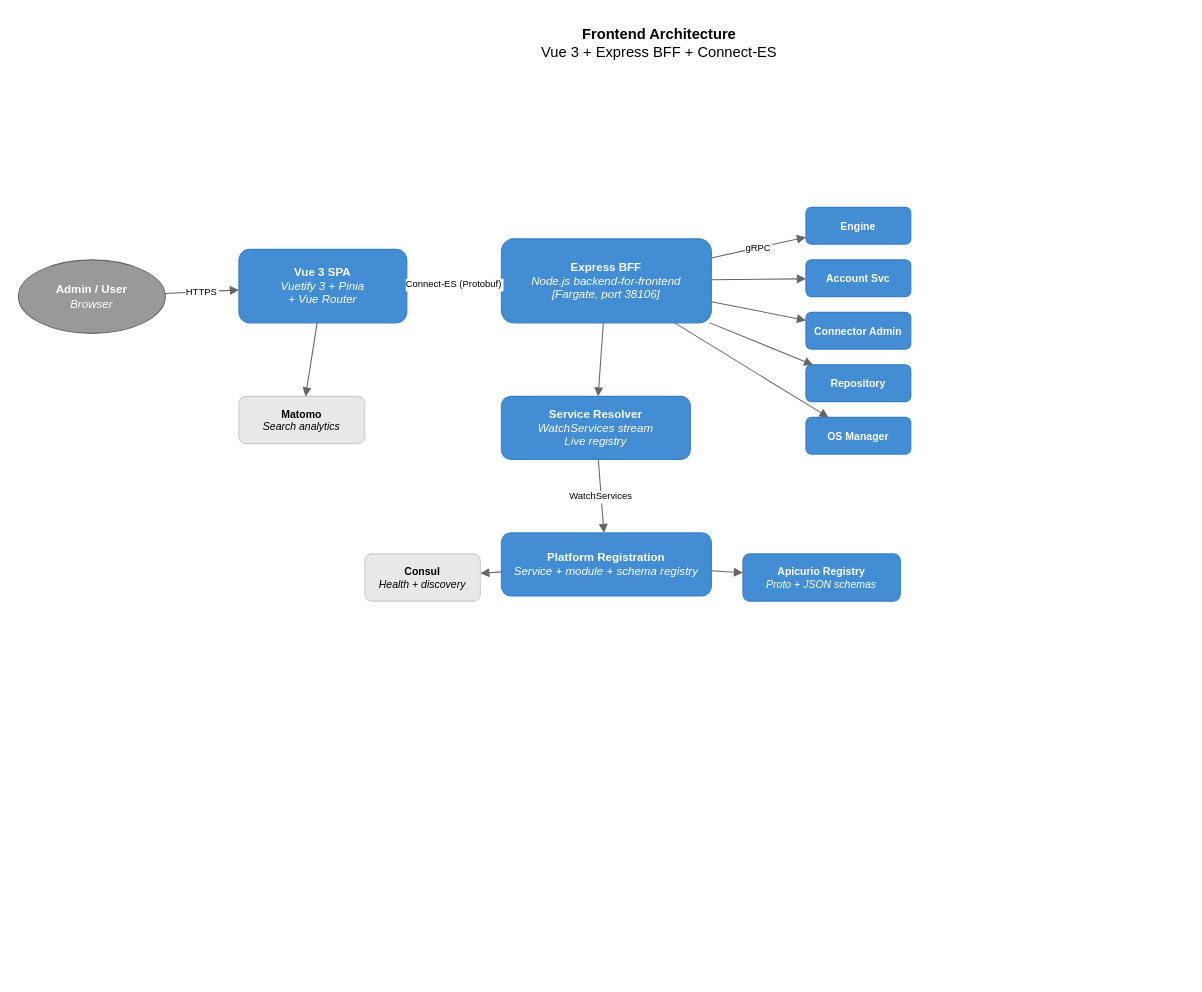
This is page "8 - Frontend Architecture" (8 of 8) of ARCHITECTURE_DIAGRAMS.drawio from ai-pipestream/.github, a draw.io file, before an edit. Source tidied: cells renumbered, new cells numbered last; positions are measured from the earlier drawing's top-left corner, leaving out a move shared by most shapes. Both pictures are drawn from the tidied source at 105%, with x=0, y=0 at pixel (18, 18).
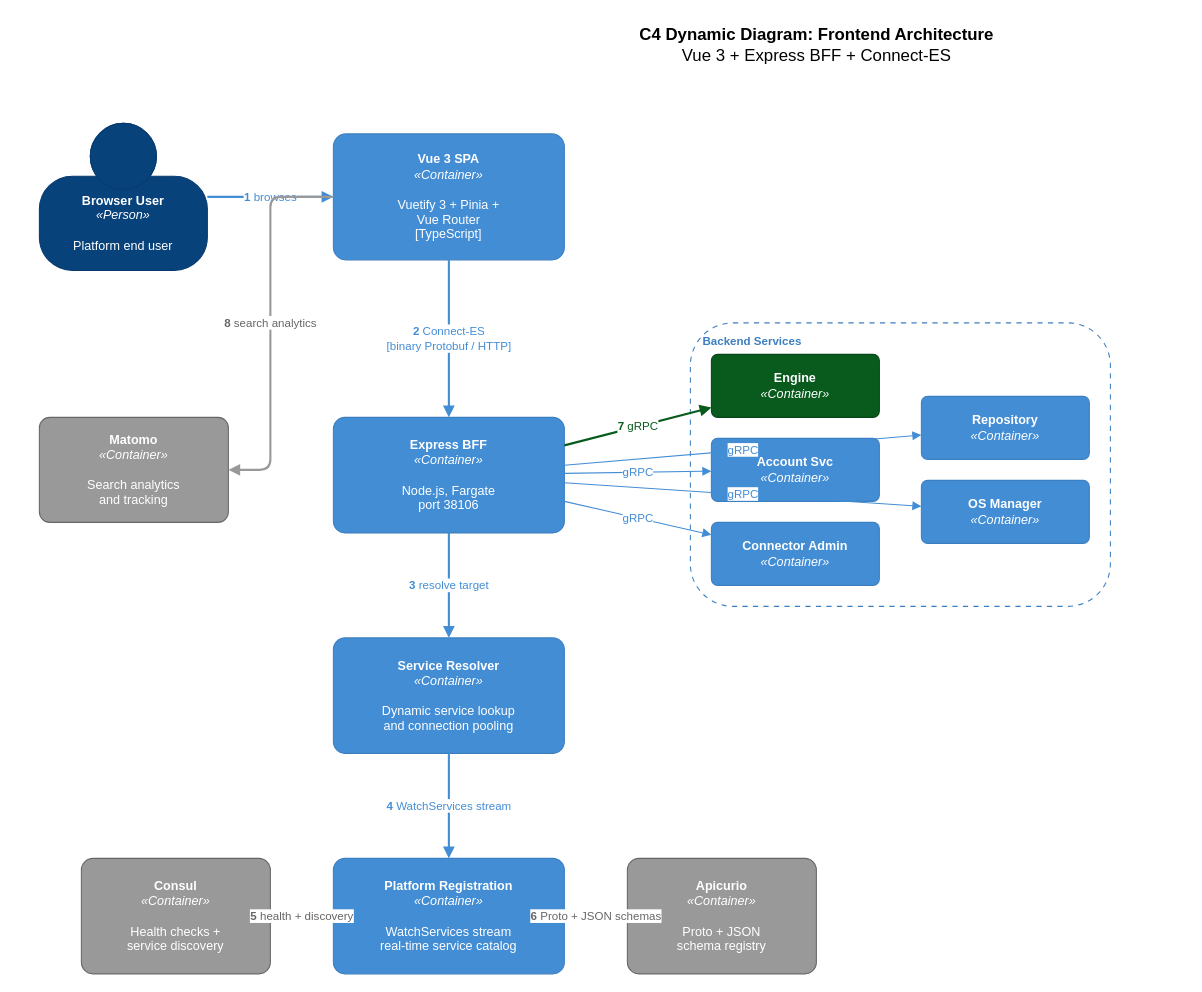
After the change.

What changed in the source:
```diff
@@
-    <mxCell id="2" value="&lt;b&gt;Frontend Architecture&lt;/b&gt;&lt;br&gt;Vue 3 + Express BFF + Connect-ES" style="text;html=1;align=center;fontSize=14;" parent="1" vertex="1">
-      <mxGeometry x="360" width="500" height="40" as="geometry" />
-    </mxCell>
-    <mxCell id="3" value="&lt;b&gt;Admin / User&lt;/b&gt;&lt;br&gt;&lt;i&gt;Browser&lt;/i&gt;" style="ellipse;fillColor=#999999;strokeColor=#666666;fontColor=#ffffff;fontSize=11;whiteSpace=wrap;html=1;" parent="1" vertex="1">
-      <mxGeometry y="230" width="140" height="70" as="geometry" />
-    </mxCell>
-    <mxCell id="4" value="&lt;b&gt;Vue 3 SPA&lt;/b&gt;&lt;br&gt;&lt;i&gt;Vuetify 3 + Pinia&lt;br&gt;+ Vue Router&lt;/i&gt;" style="rounded=1;fillColor=#438DD5;strokeColor=#3C7FC0;fontColor=#ffffff;fontSize=11;whiteSpace=wrap;html=1;" parent="1" vertex="1">
-      <mxGeometry x="210" y="220" width="160" height="70" as="geometry" />
-    </mxCell>
-    <mxCell id="5" value="&lt;b&gt;Express BFF&lt;/b&gt;&lt;br&gt;&lt;i&gt;Node.js backend-for-frontend&lt;br&gt;[Fargate, port 38106]&lt;/i&gt;" style="rounded=1;fillColor=#438DD5;strokeColor=#3C7FC0;fontColor=#ffffff;fontSize=11;whiteSpace=wrap;html=1;" parent="1" vertex="1">
-      <mxGeometry x="460" y="210" width="200" height="80" as="geometry" />
-    </mxCell>
-    <mxCell id="6" value="&lt;b&gt;Service Resolver&lt;/b&gt;&lt;br&gt;&lt;i&gt;WatchServices stream&lt;br&gt;Live registry&lt;/i&gt;" style="rounded=1;fillColor=#438DD5;strokeColor=#3C7FC0;fontColor=#ffffff;fontSize=11;whiteSpace=wrap;html=1;" parent="1" vertex="1">
-      <mxGeometry x="460" y="360" width="180" height="60" as="geometry" />
-    </mxCell>
-    <mxCell id="7" value="&lt;b&gt;Platform Registration&lt;/b&gt;&lt;br&gt;&lt;i&gt;Service + module + schema registry&lt;/i&gt;" style="rounded=1;fillColor=#438DD5;strokeColor=#3C7FC0;fontColor=#ffffff;fontSize=11;whiteSpace=wrap;html=1;" parent="1" vertex="1">
-      <mxGeometry x="460" y="490" width="200" height="60" as="geometry" />
-    </mxCell>
-    <mxCell id="8" value="&lt;b&gt;Consul&lt;/b&gt;&lt;br&gt;&lt;i&gt;Health + discovery&lt;/i&gt;" style="rounded=1;fillColor=#E8E8E8;strokeColor=#CCCCCC;fontSize=10;whiteSpace=wrap;html=1;" parent="1" vertex="1">
-      <mxGeometry x="330" y="510" width="110" height="45" as="geometry" />
-    </mxCell>
-    <mxCell id="9" value="&lt;b&gt;Apicurio Registry&lt;/b&gt;&lt;br&gt;&lt;i&gt;Proto + JSON schemas&lt;/i&gt;" style="rounded=1;fillColor=#438DD5;strokeColor=#3C7FC0;fontColor=#ffffff;fontSize=10;whiteSpace=wrap;html=1;" parent="1" vertex="1">
-      <mxGeometry x="690" y="510" width="150" height="45" as="geometry" />
-    </mxCell>
-    <mxCell id="10" value="&lt;b&gt;Engine&lt;/b&gt;" style="rounded=1;fillColor=#438DD5;strokeColor=#3C7FC0;fontColor=#ffffff;fontSize=10;whiteSpace=wrap;html=1;" parent="1" vertex="1">
-      <mxGeometry x="750" y="180" width="100" height="35" as="geometry" />
-    </mxCell>
-    <mxCell id="11" value="&lt;b&gt;Account Svc&lt;/b&gt;" style="rounded=1;fillColor=#438DD5;strokeColor=#3C7FC0;fontColor=#ffffff;fontSize=10;whiteSpace=wrap;html=1;" parent="1" vertex="1">
-      <mxGeometry x="750" y="230" width="100" height="35" as="geometry" />
-    </mxCell>
-    <mxCell id="12" value="&lt;b&gt;Connector Admin&lt;/b&gt;" style="rounded=1;fillColor=#438DD5;strokeColor=#3C7FC0;fontColor=#ffffff;fontSize=10;whiteSpace=wrap;html=1;" parent="1" vertex="1">
-      <mxGeometry x="750" y="280" width="100" height="35" as="geometry" />
-    </mxCell>
-    <mxCell id="13" value="&lt;b&gt;Repository&lt;/b&gt;" style="rounded=1;fillColor=#438DD5;strokeColor=#3C7FC0;fontColor=#ffffff;fontSize=10;whiteSpace=wrap;html=1;" parent="1" vertex="1">
-      <mxGeometry x="750" y="330" width="100" height="35" as="geometry" />
-    </mxCell>
-    <mxCell id="14" value="&lt;b&gt;OS Manager&lt;/b&gt;" style="rounded=1;fillColor=#438DD5;strokeColor=#3C7FC0;fontColor=#ffffff;fontSize=10;whiteSpace=wrap;html=1;" parent="1" vertex="1">
-      <mxGeometry x="750" y="380" width="100" height="35" as="geometry" />
-    </mxCell>
-    <mxCell id="15" value="&lt;b&gt;Matomo&lt;/b&gt;&lt;br&gt;&lt;i&gt;Search analytics&lt;/i&gt;" style="rounded=1;fillColor=#E8E8E8;strokeColor=#CCCCCC;fontSize=10;whiteSpace=wrap;html=1;" parent="1" vertex="1">
-      <mxGeometry x="210" y="360" width="120" height="45" as="geometry" />
-    </mxCell>
-    <mxCell id="16" value="HTTPS" style="endArrow=block;endFill=1;strokeColor=#666666;fontSize=9;" parent="1" edge="1" source="3" target="4">
-      <mxGeometry relative="1" as="geometry" />
-    </mxCell>
-    <mxCell id="17" value="Connect-ES (Protobuf)" style="endArrow=block;endFill=1;strokeColor=#666666;fontSize=9;" parent="1" edge="1" source="4" target="5">
-      <mxGeometry relative="1" as="geometry" />
-    </mxCell>
-    <mxCell id="18" style="endArrow=block;endFill=1;strokeColor=#666666;" parent="1" edge="1" source="5" target="6">
-      <mxGeometry relative="1" as="geometry" />
-    </mxCell>
-    <mxCell id="19" value="WatchServices" style="endArrow=block;endFill=1;strokeColor=#666666;fontSize=9;" parent="1" edge="1" source="6" target="7">
-      <mxGeometry relative="1" as="geometry" />
-    </mxCell>
-    <mxCell id="20" style="endArrow=block;endFill=1;strokeColor=#666666;" parent="1" edge="1" source="7" target="8">
-      <mxGeometry relative="1" as="geometry" />
-    </mxCell>
-    <mxCell id="21" style="endArrow=block;endFill=1;strokeColor=#666666;" parent="1" edge="1" source="7" target="9">
-      <mxGeometry relative="1" as="geometry" />
-    </mxCell>
-    <mxCell id="22" value="gRPC" style="endArrow=block;endFill=1;strokeColor=#666666;fontSize=9;" parent="1" edge="1" source="5" target="10">
-      <mxGeometry relative="1" as="geometry" />
-    </mxCell>
-    <mxCell id="23" style="endArrow=block;endFill=1;strokeColor=#666666;" parent="1" edge="1" source="5" target="11">
-      <mxGeometry relative="1" as="geometry" />
-    </mxCell>
-    <mxCell id="24" style="endArrow=block;endFill=1;strokeColor=#666666;" parent="1" edge="1" source="5" target="12">
-      <mxGeometry relative="1" as="geometry" />
-    </mxCell>
-    <mxCell id="25" style="endArrow=block;endFill=1;strokeColor=#666666;" parent="1" edge="1" source="5" target="13">
-      <mxGeometry relative="1" as="geometry" />
-    </mxCell>
-    <mxCell id="26" style="endArrow=block;endFill=1;strokeColor=#666666;" parent="1" edge="1" source="5" target="14">
-      <mxGeometry relative="1" as="geometry" />
-    </mxCell>
-    <mxCell id="27" style="endArrow=block;endFill=1;strokeColor=#666666;" parent="1" edge="1" source="4" target="15">
-      <mxGeometry relative="1" as="geometry" />
-    </mxCell>
+    <mxCell id="28" value="&lt;b&gt;C4 Dynamic Diagram: Frontend Architecture&lt;/b&gt;&lt;br&gt;Vue 3 + Express BFF + Connect-ES" style="text;html=1;align=center;verticalAlign=middle;strokeColor=none;fillColor=none;fontSize=16;" parent="1" vertex="1">
+      <mxGeometry x="410" width="700" height="50" as="geometry" />
+    </mxCell>
+    <mxCell id="29" value="&lt;b&gt;Browser User&lt;/b&gt;&lt;br&gt;&lt;i&gt;«Person»&lt;/i&gt;&lt;br&gt;&lt;br&gt;Platform end user" style="shape=mxgraph.c4.person2;whiteSpace=wrap;html=1;fillColor=#08427b;strokeColor=#073B6F;fontColor=#FFFFFF;align=center;verticalAlign=middle;" parent="1" vertex="1">
+      <mxGeometry x="20" y="100" width="160" height="140" as="geometry" />
+    </mxCell>
+    <mxCell id="30" value="&lt;b&gt;Vue 3 SPA&lt;/b&gt;&lt;br&gt;&lt;i&gt;«Container»&lt;/i&gt;&lt;br&gt;&lt;br&gt;Vuetify 3 + Pinia +&lt;br&gt;Vue Router&lt;br&gt;[TypeScript]" style="rounded=1;whiteSpace=wrap;html=1;fillColor=#438DD5;strokeColor=#3C7FC0;fontColor=#FFFFFF;arcSize=10;verticalAlign=middle;align=center;" parent="1" vertex="1">
+      <mxGeometry x="300" y="110" width="220" height="120" as="geometry" />
+    </mxCell>
+    <mxCell id="31" value="&lt;b&gt;Express BFF&lt;/b&gt;&lt;br&gt;&lt;i&gt;«Container»&lt;/i&gt;&lt;br&gt;&lt;br&gt;Node.js, Fargate&lt;br&gt;port 38106" style="rounded=1;whiteSpace=wrap;html=1;fillColor=#438DD5;strokeColor=#3C7FC0;fontColor=#FFFFFF;arcSize=10;verticalAlign=middle;align=center;" parent="1" vertex="1">
+      <mxGeometry x="300" y="380" width="220" height="110" as="geometry" />
+    </mxCell>
+    <mxCell id="32" value="&lt;b&gt;Service Resolver&lt;/b&gt;&lt;br&gt;&lt;i&gt;«Container»&lt;/i&gt;&lt;br&gt;&lt;br&gt;Dynamic service lookup&lt;br&gt;and connection pooling" style="rounded=1;whiteSpace=wrap;html=1;fillColor=#438DD5;strokeColor=#3C7FC0;fontColor=#FFFFFF;arcSize=10;verticalAlign=middle;align=center;" parent="1" vertex="1">
+      <mxGeometry x="300" y="590" width="220" height="110" as="geometry" />
+    </mxCell>
+    <mxCell id="33" value="&lt;b&gt;Platform Registration&lt;/b&gt;&lt;br&gt;&lt;i&gt;«Container»&lt;/i&gt;&lt;br&gt;&lt;br&gt;WatchServices stream&lt;br&gt;real-time service catalog" style="rounded=1;whiteSpace=wrap;html=1;fillColor=#438DD5;strokeColor=#3C7FC0;fontColor=#FFFFFF;arcSize=10;verticalAlign=middle;align=center;" parent="1" vertex="1">
+      <mxGeometry x="300" y="800" width="220" height="110" as="geometry" />
+    </mxCell>
+    <mxCell id="34" value="&lt;b&gt;Consul&lt;/b&gt;&lt;br&gt;&lt;i&gt;«Container»&lt;/i&gt;&lt;br&gt;&lt;br&gt;Health checks +&lt;br&gt;service discovery" style="rounded=1;whiteSpace=wrap;html=1;fillColor=#999999;strokeColor=#666666;fontColor=#FFFFFF;arcSize=10;verticalAlign=middle;align=center;" parent="1" vertex="1">
+      <mxGeometry x="60" y="800" width="180" height="110" as="geometry" />
+    </mxCell>
+    <mxCell id="35" value="&lt;b&gt;Apicurio&lt;/b&gt;&lt;br&gt;&lt;i&gt;«Container»&lt;/i&gt;&lt;br&gt;&lt;br&gt;Proto + JSON&lt;br&gt;schema registry" style="rounded=1;whiteSpace=wrap;html=1;fillColor=#999999;strokeColor=#666666;fontColor=#FFFFFF;arcSize=10;verticalAlign=middle;align=center;" parent="1" vertex="1">
+      <mxGeometry x="580" y="800" width="180" height="110" as="geometry" />
+    </mxCell>
+    <mxCell id="36" value="&lt;b&gt;Matomo&lt;/b&gt;&lt;br&gt;&lt;i&gt;«Container»&lt;/i&gt;&lt;br&gt;&lt;br&gt;Search analytics&lt;br&gt;and tracking" style="rounded=1;whiteSpace=wrap;html=1;fillColor=#999999;strokeColor=#666666;fontColor=#FFFFFF;arcSize=10;verticalAlign=middle;align=center;" parent="1" vertex="1">
+      <mxGeometry x="20" y="380" width="180" height="100" as="geometry" />
+    </mxCell>
+    <mxCell id="37" value="&lt;b&gt;Engine&lt;/b&gt;&lt;br&gt;&lt;i&gt;«Container»&lt;/i&gt;" style="rounded=1;whiteSpace=wrap;html=1;fillColor=#085B1D;strokeColor=#064516;fontColor=#FFFFFF;arcSize=10;verticalAlign=middle;align=center;" parent="1" vertex="1">
+      <mxGeometry x="660" y="320" width="160" height="60" as="geometry" />
+    </mxCell>
+    <mxCell id="38" value="&lt;b&gt;Account Svc&lt;/b&gt;&lt;br&gt;&lt;i&gt;«Container»&lt;/i&gt;" style="rounded=1;whiteSpace=wrap;html=1;fillColor=#438DD5;strokeColor=#3C7FC0;fontColor=#FFFFFF;arcSize=10;verticalAlign=middle;align=center;" parent="1" vertex="1">
+      <mxGeometry x="660" y="400" width="160" height="60" as="geometry" />
+    </mxCell>
+    <mxCell id="39" value="&lt;b&gt;Connector Admin&lt;/b&gt;&lt;br&gt;&lt;i&gt;«Container»&lt;/i&gt;" style="rounded=1;whiteSpace=wrap;html=1;fillColor=#438DD5;strokeColor=#3C7FC0;fontColor=#FFFFFF;arcSize=10;verticalAlign=middle;align=center;" parent="1" vertex="1">
+      <mxGeometry x="660" y="480" width="160" height="60" as="geometry" />
+    </mxCell>
+    <mxCell id="40" value="&lt;b&gt;Repository&lt;/b&gt;&lt;br&gt;&lt;i&gt;«Container»&lt;/i&gt;" style="rounded=1;whiteSpace=wrap;html=1;fillColor=#438DD5;strokeColor=#3C7FC0;fontColor=#FFFFFF;arcSize=10;verticalAlign=middle;align=center;" parent="1" vertex="1">
+      <mxGeometry x="860" y="360" width="160" height="60" as="geometry" />
+    </mxCell>
+    <mxCell id="41" value="&lt;b&gt;OS Manager&lt;/b&gt;&lt;br&gt;&lt;i&gt;«Container»&lt;/i&gt;" style="rounded=1;whiteSpace=wrap;html=1;fillColor=#438DD5;strokeColor=#3C7FC0;fontColor=#FFFFFF;arcSize=10;verticalAlign=middle;align=center;" parent="1" vertex="1">
+      <mxGeometry x="860" y="440" width="160" height="60" as="geometry" />
+    </mxCell>
+    <mxCell id="42" value="&lt;b&gt;Backend Services&lt;/b&gt;" style="rounded=1;whiteSpace=wrap;html=1;fillColor=none;strokeColor=#3C7FC0;fontColor=#3C7FC0;dashed=1;dashPattern=5 5;verticalAlign=top;align=left;spacingTop=5;spacingLeft=10;fontSize=11;" parent="1" vertex="1">
+      <mxGeometry x="640" y="290" width="400" height="270" as="geometry" />
+    </mxCell>
+    <mxCell id="43" value="&lt;b&gt;1&lt;/b&gt; browses" style="html=1;endArrow=block;endFill=1;strokeColor=#438DD5;strokeWidth=2;fontColor=#438DD5;" parent="1" edge="1" source="29" target="30">
+      <mxGeometry relative="1" as="geometry" />
+    </mxCell>
+    <mxCell id="44" value="&lt;b&gt;2&lt;/b&gt; Connect-ES&lt;br&gt;[binary Protobuf / HTTP]" style="html=1;endArrow=block;endFill=1;strokeColor=#438DD5;strokeWidth=2;fontColor=#438DD5;" parent="1" edge="1" source="30" target="31">
+      <mxGeometry relative="1" as="geometry" />
+    </mxCell>
+    <mxCell id="45" value="&lt;b&gt;3&lt;/b&gt; resolve target" style="html=1;endArrow=block;endFill=1;strokeColor=#438DD5;strokeWidth=2;fontColor=#438DD5;" parent="1" edge="1" source="31" target="32">
+      <mxGeometry relative="1" as="geometry" />
+    </mxCell>
+    <mxCell id="46" value="&lt;b&gt;4&lt;/b&gt; WatchServices stream" style="html=1;endArrow=block;endFill=1;strokeColor=#438DD5;strokeWidth=2;fontColor=#438DD5;" parent="1" edge="1" source="32" target="33">
+      <mxGeometry relative="1" as="geometry" />
+    </mxCell>
+    <mxCell id="47" value="&lt;b&gt;5&lt;/b&gt; health + discovery" style="html=1;endArrow=block;endFill=1;strokeColor=#999999;strokeWidth=2;fontColor=#666666;" parent="1" edge="1" source="33" target="34">
+      <mxGeometry relative="1" as="geometry" />
+    </mxCell>
+    <mxCell id="48" value="&lt;b&gt;6&lt;/b&gt; Proto + JSON schemas" style="html=1;endArrow=block;endFill=1;strokeColor=#999999;strokeWidth=2;fontColor=#666666;" parent="1" edge="1" source="33" target="35">
+      <mxGeometry relative="1" as="geometry" />
+    </mxCell>
+    <mxCell id="49" value="&lt;b&gt;7&lt;/b&gt; gRPC" style="html=1;endArrow=block;endFill=1;strokeColor=#085B1D;strokeWidth=2;fontColor=#085B1D;" parent="1" edge="1" source="31" target="37">
+      <mxGeometry relative="1" as="geometry" />
+    </mxCell>
+    <mxCell id="50" value="gRPC" style="html=1;endArrow=block;endFill=1;strokeColor=#438DD5;strokeWidth=1;fontColor=#438DD5;" parent="1" edge="1" source="31" target="38">
+      <mxGeometry relative="1" as="geometry" />
+    </mxCell>
+    <mxCell id="51" value="gRPC" style="html=1;endArrow=block;endFill=1;strokeColor=#438DD5;strokeWidth=1;fontColor=#438DD5;" parent="1" edge="1" source="31" target="39">
+      <mxGeometry relative="1" as="geometry" />
+    </mxCell>
+    <mxCell id="52" value="gRPC" style="html=1;endArrow=block;endFill=1;strokeColor=#438DD5;strokeWidth=1;fontColor=#438DD5;" parent="1" edge="1" source="31" target="40">
+      <mxGeometry relative="1" as="geometry" />
+    </mxCell>
+    <mxCell id="53" value="gRPC" style="html=1;endArrow=block;endFill=1;strokeColor=#438DD5;strokeWidth=1;fontColor=#438DD5;" parent="1" edge="1" source="31" target="41">
+      <mxGeometry relative="1" as="geometry" />
+    </mxCell>
+    <mxCell id="54" value="&lt;b&gt;8&lt;/b&gt; search analytics" style="html=1;endArrow=block;endFill=1;strokeColor=#999999;strokeWidth=2;fontColor=#666666;" parent="1" edge="1" source="30" target="36">
+      <mxGeometry relative="1" as="geometry">
+        <Array as="points">
+          <mxPoint x="240" y="170" />
+          <mxPoint x="240" y="430" />
+        </Array>
+      </mxGeometry>
+    </mxCell>
```
